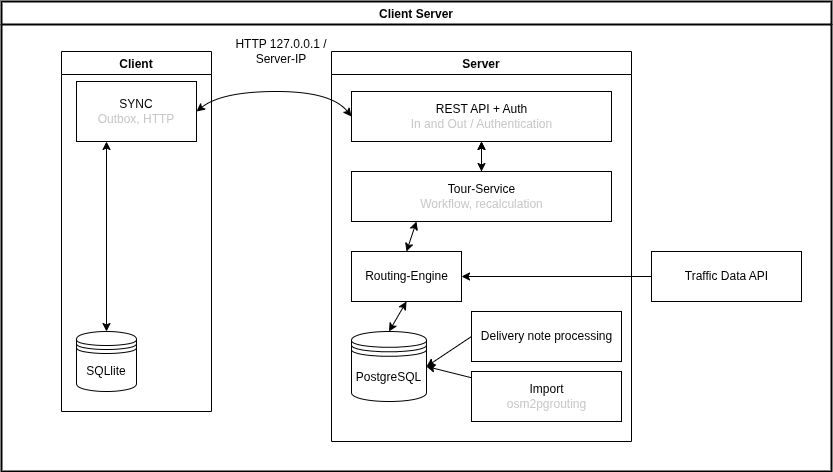
Earlier version of the draw.io export docs/architecture/data-architecture.drawio.png (gabrielbindi/VoBi-Tour). Source tidied: cells renumbered, new cells last; positions are measured from the earlier drawing's top-left corner, leaving out a move shared by most shapes.
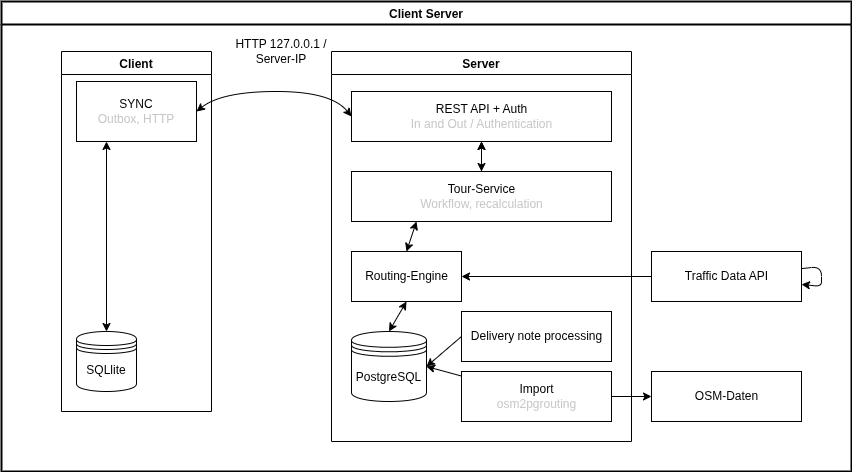
Above is the later version.

Commit message:
#18 OSM-Daten extern

The edit, as a diff of the source:
```diff
@@ -3,7 +3,7 @@
     <mxCell id="0" />
     <mxCell id="1" parent="0" />
     <mxCell id="2" value="Client Server" style="swimlane;rounded=0;strokeWidth=2;swimlaneLine=1;strokeColor=#000000;" parent="1" vertex="1">
-      <mxGeometry width="830" height="470" as="geometry" />
+      <mxGeometry width="850" height="470" as="geometry" />
     </mxCell>
     <mxCell id="3" value="Server" style="swimlane;strokeColor=#000000;" parent="2" vertex="1">
       <mxGeometry x="330" y="50" width="300" height="390" as="geometry" />
@@ -15,7 +15,7 @@
       <mxGeometry x="20" y="200" width="110" height="50" as="geometry" />
     </mxCell>
     <mxCell id="6" value="Delivery note processing" style="html=1;" parent="3" vertex="1">
-      <mxGeometry x="140" y="260" width="150" height="50" as="geometry" />
+      <mxGeometry x="130" y="260" width="150" height="50" as="geometry" />
     </mxCell>
     <mxCell id="7" style="endArrow=classic;html=1;entryX=1;entryY=0.5;entryDx=0;entryDy=0;strokeColor=#000000;exitX=0;exitY=0.5;exitDx=0;exitDy=0;" parent="3" edge="1" source="6" target="8">
       <mxGeometry relative="1" as="geometry" />
@@ -42,7 +42,7 @@
       <mxGeometry relative="1" as="geometry" />
     </mxCell>
     <mxCell id="15" value="Import&lt;br&gt;&lt;font color=&quot;#c7c7c7&quot;&gt;osm2pgrouting&lt;/font&gt;" style="html=1;" parent="3" vertex="1">
-      <mxGeometry x="140" y="320" width="150" height="50" as="geometry" />
+      <mxGeometry x="130" y="320" width="150" height="50" as="geometry" />
     </mxCell>
     <mxCell id="16" value="Client" style="swimlane;strokeColor=#000000;" parent="2" vertex="1">
       <mxGeometry x="60" y="50" width="150" height="360" as="geometry" />
@@ -73,5 +73,14 @@
     <mxCell id="23" style="endArrow=classic;html=1;entryX=1;entryY=0.5;entryDx=0;entryDy=0;strokeColor=#000000;exitX=0;exitY=0.5;exitDx=0;exitDy=0;" parent="2" edge="1" source="22" target="5">
       <mxGeometry relative="1" as="geometry" />
     </mxCell>
+    <mxCell id="24" value="OSM-Daten" style="html=1;" parent="2" vertex="1">
+      <mxGeometry x="650" y="370" width="150" height="50" as="geometry" />
+    </mxCell>
+    <mxCell id="25" style="edgeStyle=none;html=1;strokeColor=#000000;fontColor=#C7C7C7;endArrow=classic;endFill=1;" parent="2" edge="1" source="15" target="24">
+      <mxGeometry relative="1" as="geometry" />
+    </mxCell>
+    <mxCell id="26" style="edgeStyle=none;html=1;strokeColor=#000000;fontColor=#C7C7C7;endArrow=classic;endFill=1;" parent="2" edge="1" source="22" target="22">
+      <mxGeometry relative="1" as="geometry" />
+    </mxCell>
   </root>
 </mxGraphModel>
```
